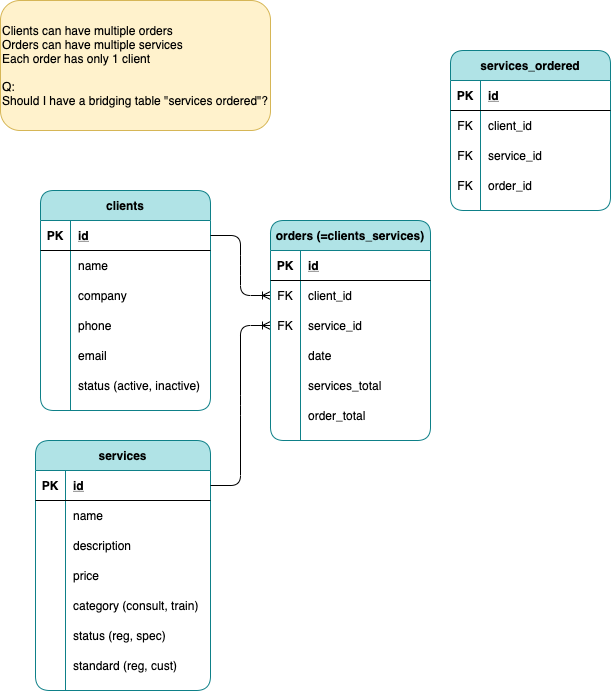
yuzhakova/website keeps this draw.io diagram as client/public/ERD_NYC.png. Above is the earlier version. Source tidied: cells renumbered, new cells last; positions are measured from the earlier drawing's top-left corner, leaving out a move shared by most shapes.
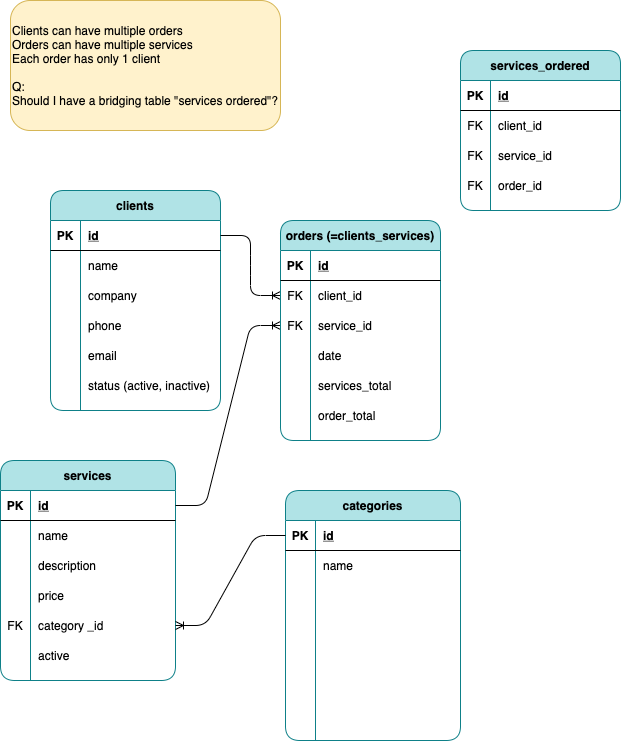
After the commit.

Change to the diagram source:
```diff
@@ -60,7 +60,7 @@
       <mxGeometry x="30" width="140" height="30" as="geometry" />
     </mxCell>
     <mxCell id="21" value="services" style="shape=table;startSize=30;rowLines=0;fontStyle=1;align=center;strokeColor=#0e8088;rounded=1;fillColor=#b0e3e6;swimlaneFillColor=#ffffff;arcSize=16;" parent="1" vertex="1">
-      <mxGeometry x="35" y="440" width="175" height="250" as="geometry" />
+      <mxGeometry x="-10" y="460" width="175" height="220" as="geometry" />
     </mxCell>
     <mxCell id="22" style="shape=partialRectangle;fillColor=none;top=0;left=0;bottom=1;right=0;points=[[0,0.5],[1,0.5]];portConstraint=eastwest;" parent="21" vertex="1">
       <mxGeometry y="30" width="175" height="30" as="geometry" />
@@ -101,10 +101,10 @@
     <mxCell id="34" style="shape=partialRectangle;fillColor=none;top=0;left=0;bottom=0;right=0;points=[[0,0.5],[1,0.5]];portConstraint=eastwest;" parent="21" vertex="1">
       <mxGeometry y="150" width="175" height="30" as="geometry" />
     </mxCell>
-    <mxCell id="35" style="shape=partialRectangle;fillColor=none;top=0;left=0;bottom=0;right=0;overflow=hidden;" parent="34" vertex="1">
+    <mxCell id="35" value="FK" style="shape=partialRectangle;fillColor=none;top=0;left=0;bottom=0;right=0;overflow=hidden;" parent="34" vertex="1">
       <mxGeometry width="30" height="30" as="geometry" />
     </mxCell>
-    <mxCell id="36" value="category (consult, train)" style="shape=partialRectangle;fillColor=none;top=0;left=0;bottom=0;right=0;align=left;spacingLeft=6;overflow=hidden;" parent="34" vertex="1">
+    <mxCell id="36" value="category _id" style="shape=partialRectangle;fillColor=none;top=0;left=0;bottom=0;right=0;align=left;spacingLeft=6;overflow=hidden;" parent="34" vertex="1">
       <mxGeometry x="30" width="145" height="30" as="geometry" />
     </mxCell>
     <mxCell id="37" style="shape=partialRectangle;fillColor=none;top=0;left=0;bottom=0;right=0;" parent="21" vertex="1">
@@ -113,18 +113,9 @@
     <mxCell id="38" style="shape=partialRectangle;fillColor=none;top=0;left=0;bottom=0;right=0;overflow=hidden;" parent="37" vertex="1">
       <mxGeometry width="30" height="30" as="geometry" />
     </mxCell>
-    <mxCell id="39" value="status (reg, spec)" style="shape=partialRectangle;fillColor=none;top=0;left=0;bottom=0;right=0;align=left;spacingLeft=6;overflow=hidden;" parent="37" vertex="1">
+    <mxCell id="39" value="active" style="shape=partialRectangle;fillColor=none;top=0;left=0;bottom=0;right=0;align=left;spacingLeft=6;overflow=hidden;" parent="37" vertex="1">
       <mxGeometry x="30" width="145" height="30" as="geometry" />
     </mxCell>
-    <mxCell id="40" style="shape=partialRectangle;fillColor=none;top=0;left=0;bottom=0;right=0;" parent="21" vertex="1">
-      <mxGeometry y="210" width="175" height="30" as="geometry" />
-    </mxCell>
-    <mxCell id="41" style="shape=partialRectangle;fillColor=none;top=0;left=0;bottom=0;right=0;overflow=hidden;" parent="40" vertex="1">
-      <mxGeometry width="30" height="30" as="geometry" />
-    </mxCell>
-    <mxCell id="42" value="standard (reg, cust)" style="shape=partialRectangle;fillColor=none;top=0;left=0;bottom=0;right=0;align=left;spacingLeft=6;overflow=hidden;" parent="40" vertex="1">
-      <mxGeometry x="30" width="145" height="30" as="geometry" />
-    </mxCell>
     <mxCell id="43" style="edgeStyle=entityRelationEdgeStyle;fontSize=12;html=1;endArrow=ERoneToMany;entryX=0;entryY=0.5;entryDx=0;entryDy=0;exitX=1;exitY=0.5;exitDx=0;exitDy=0;" parent="1" edge="1" source="3" target="49">
       <mxGeometry relative="1" as="geometry" />
     </mxCell>
@@ -230,5 +221,74 @@
     <mxCell id="77" value="Clients can have multiple orders&lt;br&gt;Orders can have multiple services&lt;br&gt;Each order has only 1 client&lt;br&gt;&lt;br&gt;Q:&lt;br&gt;Should I have a bridging table &quot;services ordered&quot;?" style="whiteSpace=wrap;html=1;rounded=1;fillColor=#fff2cc;align=left;strokeColor=#d6b656;" parent="1" vertex="1">
       <mxGeometry width="270" height="130" as="geometry" />
     </mxCell>
+    <mxCell id="78" value="categories" style="shape=table;startSize=30;rowLines=0;fontStyle=1;align=center;strokeColor=#0e8088;rounded=1;fillColor=#b0e3e6;swimlaneFillColor=#ffffff;arcSize=16;" parent="1" vertex="1">
+      <mxGeometry x="275" y="490" width="175" height="250" as="geometry" />
+    </mxCell>
+    <mxCell id="79" style="shape=partialRectangle;fillColor=none;top=0;left=0;bottom=1;right=0;points=[[0,0.5],[1,0.5]];portConstraint=eastwest;" parent="78" vertex="1">
+      <mxGeometry y="30" width="175" height="30" as="geometry" />
+    </mxCell>
+    <mxCell id="80" value="PK" style="shape=partialRectangle;fillColor=none;top=0;left=0;bottom=0;right=0;fontStyle=1;overflow=hidden;" parent="79" vertex="1">
+      <mxGeometry width="30" height="30" as="geometry" />
+    </mxCell>
+    <mxCell id="81" value="id" style="shape=partialRectangle;fillColor=none;top=0;left=0;bottom=0;right=0;align=left;spacingLeft=6;fontStyle=5;overflow=hidden;" parent="79" vertex="1">
+      <mxGeometry x="30" width="145" height="30" as="geometry" />
+    </mxCell>
+    <mxCell id="82" style="shape=partialRectangle;fillColor=none;top=0;left=0;bottom=0;right=0;" parent="78" vertex="1">
+      <mxGeometry y="60" width="175" height="30" as="geometry" />
+    </mxCell>
+    <mxCell id="83" style="shape=partialRectangle;fillColor=none;top=0;left=0;bottom=0;right=0;overflow=hidden;" parent="82" vertex="1">
+      <mxGeometry width="30" height="30" as="geometry" />
+    </mxCell>
+    <mxCell id="84" value="name" style="shape=partialRectangle;fillColor=none;top=0;left=0;bottom=0;right=0;align=left;spacingLeft=6;overflow=hidden;" parent="82" vertex="1">
+      <mxGeometry x="30" width="145" height="30" as="geometry" />
+    </mxCell>
+    <mxCell id="85" style="shape=partialRectangle;fillColor=none;top=0;left=0;bottom=0;right=0;" parent="78" vertex="1">
+      <mxGeometry y="90" width="175" height="30" as="geometry" />
+    </mxCell>
+    <mxCell id="86" style="shape=partialRectangle;fillColor=none;top=0;left=0;bottom=0;right=0;overflow=hidden;" parent="85" vertex="1">
+      <mxGeometry width="30" height="30" as="geometry" />
+    </mxCell>
+    <mxCell id="87" style="shape=partialRectangle;fillColor=none;top=0;left=0;bottom=0;right=0;align=left;spacingLeft=6;overflow=hidden;" parent="85" vertex="1">
+      <mxGeometry x="30" width="145" height="30" as="geometry" />
+    </mxCell>
+    <mxCell id="88" style="shape=partialRectangle;fillColor=none;top=0;left=0;bottom=0;right=0;" parent="78" vertex="1">
+      <mxGeometry y="120" width="175" height="30" as="geometry" />
+    </mxCell>
+    <mxCell id="89" style="shape=partialRectangle;fillColor=none;top=0;left=0;bottom=0;right=0;overflow=hidden;" parent="88" vertex="1">
+      <mxGeometry width="30" height="30" as="geometry" />
+    </mxCell>
+    <mxCell id="90" style="shape=partialRectangle;fillColor=none;top=0;left=0;bottom=0;right=0;align=left;spacingLeft=6;overflow=hidden;" parent="88" vertex="1">
+      <mxGeometry x="30" width="145" height="30" as="geometry" />
+    </mxCell>
+    <mxCell id="91" style="shape=partialRectangle;fillColor=none;top=0;left=0;bottom=0;right=0;" parent="78" vertex="1">
+      <mxGeometry y="150" width="175" height="30" as="geometry" />
+    </mxCell>
+    <mxCell id="92" style="shape=partialRectangle;fillColor=none;top=0;left=0;bottom=0;right=0;overflow=hidden;" parent="91" vertex="1">
+      <mxGeometry width="30" height="30" as="geometry" />
+    </mxCell>
+    <mxCell id="93" style="shape=partialRectangle;fillColor=none;top=0;left=0;bottom=0;right=0;align=left;spacingLeft=6;overflow=hidden;" parent="91" vertex="1">
+      <mxGeometry x="30" width="145" height="30" as="geometry" />
+    </mxCell>
+    <mxCell id="94" style="shape=partialRectangle;fillColor=none;top=0;left=0;bottom=0;right=0;" parent="78" vertex="1">
+      <mxGeometry y="180" width="175" height="30" as="geometry" />
+    </mxCell>
+    <mxCell id="95" style="shape=partialRectangle;fillColor=none;top=0;left=0;bottom=0;right=0;overflow=hidden;" parent="94" vertex="1">
+      <mxGeometry width="30" height="30" as="geometry" />
+    </mxCell>
+    <mxCell id="96" style="shape=partialRectangle;fillColor=none;top=0;left=0;bottom=0;right=0;align=left;spacingLeft=6;overflow=hidden;" parent="94" vertex="1">
+      <mxGeometry x="30" width="145" height="30" as="geometry" />
+    </mxCell>
+    <mxCell id="40" style="shape=partialRectangle;fillColor=none;top=0;left=0;bottom=0;right=0;" parent="78" vertex="1">
+      <mxGeometry y="210" width="175" height="30" as="geometry" />
+    </mxCell>
+    <mxCell id="97" style="shape=partialRectangle;fillColor=none;top=0;left=0;bottom=0;right=0;overflow=hidden;" parent="40" vertex="1">
+      <mxGeometry width="30" height="30" as="geometry" />
+    </mxCell>
+    <mxCell id="98" style="shape=partialRectangle;fillColor=none;top=0;left=0;bottom=0;right=0;align=left;spacingLeft=6;overflow=hidden;" parent="40" vertex="1">
+      <mxGeometry x="30" width="145" height="30" as="geometry" />
+    </mxCell>
+    <mxCell id="99" style="edgeStyle=entityRelationEdgeStyle;fontSize=12;html=1;endArrow=ERoneToMany;exitX=0;exitY=0.5;exitDx=0;exitDy=0;elbow=vertical;entryX=1;entryY=0.5;entryDx=0;entryDy=0;" parent="1" edge="1" source="79" target="34">
+      <mxGeometry relative="1" as="geometry" />
+    </mxCell>
   </root>
 </mxGraphModel>
```
